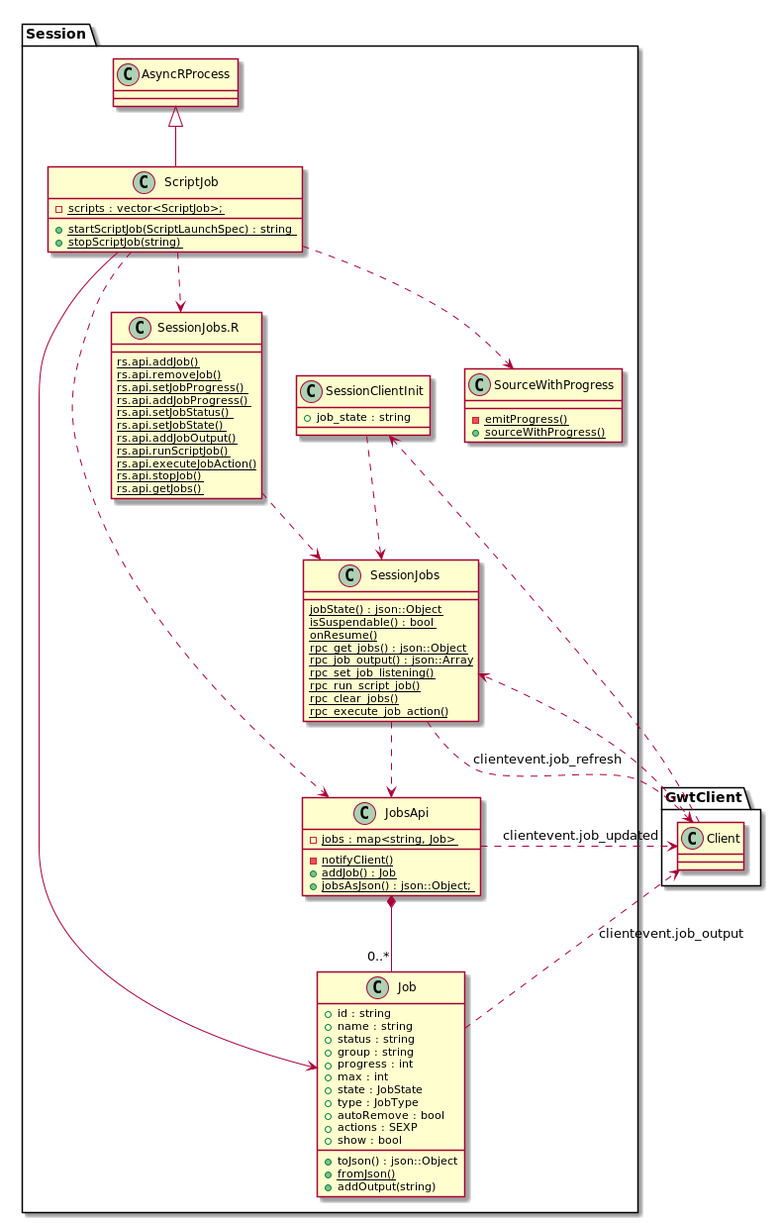
The PlantUML diagram session_classes.png in gtritchie/uml, before a commit.
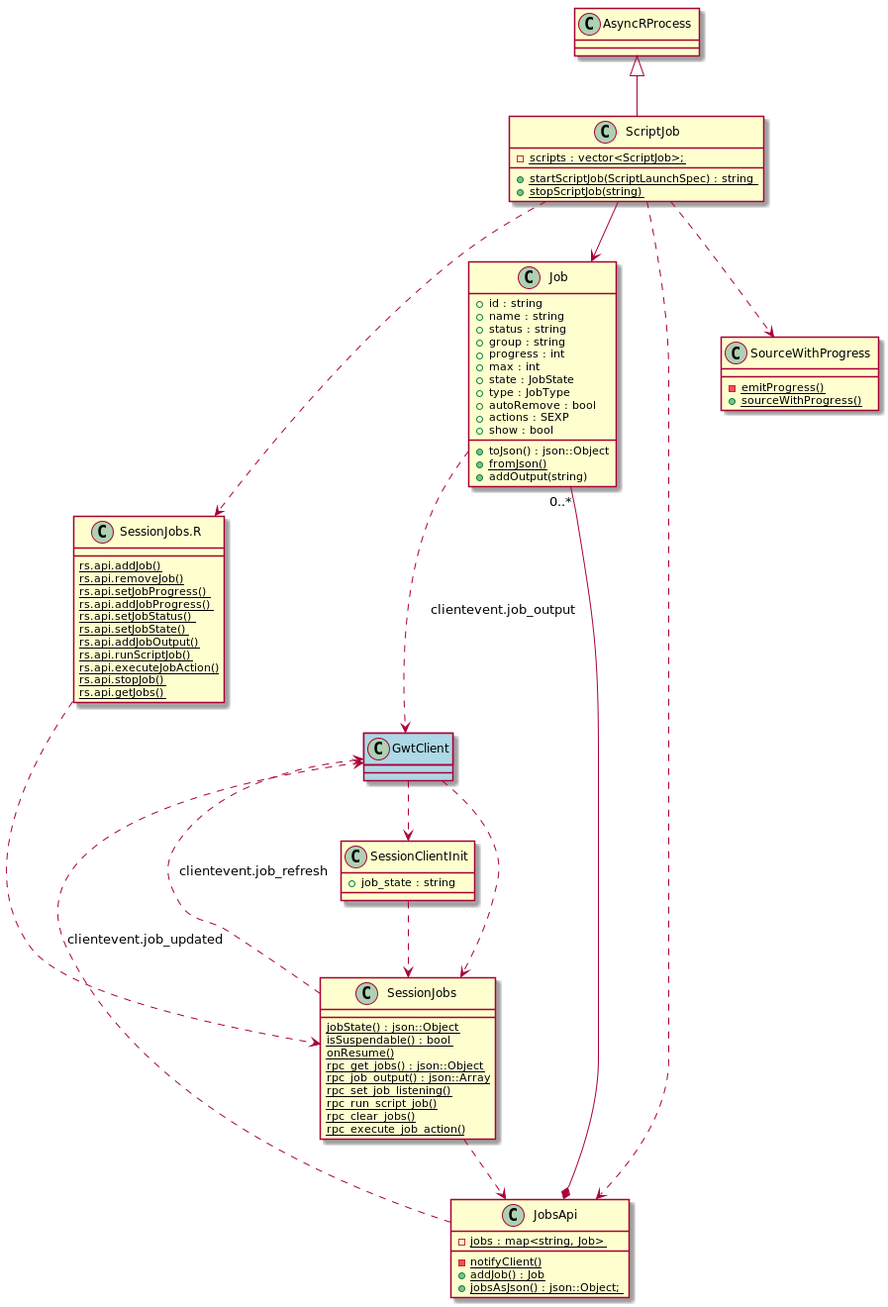
Later version of the same file.

Diff of the diagram source:
```diff
@@ -1,80 +1,75 @@
 @startuml
 
-package Session {
-    class Job {
-        +id : string
-        +name : string
-        +status : string
-        +group : string
-        +progress : int
-        +max : int
-        +state : JobState
-        +type : JobType
-        +autoRemove : bool
-        +actions : SEXP
-        +show : bool
-        +toJson() : json::Object
-        {static} +fromJson()
-        +addOutput(string)
-    }
-
-    class JobsApi {
-        {static} -jobs : map<string, Job>
-        {static} -notifyClient()
-        {static} +addJob() : Job
-        {static} +jobsAsJson() : json::Object;
-    }
-
-    class ScriptJob {
-        {static} -scripts : vector<ScriptJob>;
-        {static} +startScriptJob(ScriptLaunchSpec) : string
-        {static} +stopScriptJob(string)
-    }
-
-    class AsyncRProcess {
-
-    }
-
-    class SessionJobs {
-        {static} jobState() : json::Object
-        {static} isSuspendable() : bool
-        {static} onResume()
-        {static} rpc_get_jobs() : json::Object
-        {static} rpc_job_output() : json::Array
-        {static} rpc_set_job_listening()
-        {static} rpc_run_script_job()
-        {static} rpc_clear_jobs()
-        {static} rpc_execute_job_action()
-
-    }
-
-    class SessionJobs.R {
-        {static} rs.api.addJob()
-        {static} rs.api.removeJob()
-        {static} rs.api.setJobProgress()
-        {static} rs.api.addJobProgress()
-        {static} rs.api.setJobStatus()
-        {static} rs.api.setJobState()
-        {static} rs.api.addJobOutput()
-        {static} rs.api.runScriptJob()
-        {static} rs.api.executeJobAction()
-        {static} rs.api.stopJob()
-        {static} rs.api.getJobs()
-    }
-
-    class SourceWithProgress {
-        {static} -emitProgress()
-        {static} +sourceWithProgress()
-    }
-
-    class SessionClientInit {
-        +job_state : string
-    }
+class Job {
+    +id : string
+    +name : string
+    +status : string
+    +group : string
+    +progress : int
+    +max : int
+    +state : JobState
+    +type : JobType
+    +autoRemove : bool
+    +actions : SEXP
+    +show : bool
+    +toJson() : json::Object
+    {static} +fromJson()
+    +addOutput(string)
 }
 
-package GwtClient {
-    class Client {
-    }
+class JobsApi {
+    {static} -jobs : map<string, Job>
+    {static} -notifyClient()
+    {static} +addJob() : Job
+    {static} +jobsAsJson() : json::Object;
+}
+
+class ScriptJob {
+    {static} -scripts : vector<ScriptJob>;
+    {static} +startScriptJob(ScriptLaunchSpec) : string
+    {static} +stopScriptJob(string)
+}
+
+class AsyncRProcess {
+
+}
+
+class SessionJobs {
+    {static} jobState() : json::Object
+    {static} isSuspendable() : bool
+    {static} onResume()
+    {static} rpc_get_jobs() : json::Object
+    {static} rpc_job_output() : json::Array
+    {static} rpc_set_job_listening()
+    {static} rpc_run_script_job()
+    {static} rpc_clear_jobs()
+    {static} rpc_execute_job_action()
+}
+
+class SessionJobs.R {
+    {static} rs.api.addJob()
+    {static} rs.api.removeJob()
+    {static} rs.api.setJobProgress()
+    {static} rs.api.addJobProgress()
+    {static} rs.api.setJobStatus()
+    {static} rs.api.setJobState()
+    {static} rs.api.addJobOutput()
+    {static} rs.api.runScriptJob()
+    {static} rs.api.executeJobAction()
+    {static} rs.api.stopJob()
+    {static} rs.api.getJobs()
+}
+
+class SourceWithProgress {
+    {static} -emitProgress()
+    {static} +sourceWithProgress()
+}
+
+class SessionClientInit {
+    +job_state : string
+}
+
+class GwtClient #lightblue {
 }
 
 AsyncRProcess <|-- ScriptJob
@@ -83,12 +78,12 @@
 ScriptJob ..> SessionJobs.R
 JobsApi *-- "0..*" Job
 SessionJobs ..> JobsApi
-SessionJobs ..> Client : clientevent.job_refresh
+SessionJobs ..> GwtClient : clientevent.job_refresh
 SessionClientInit ..> SessionJobs
-JobsApi ..> Client : clientevent.job_updated
-Client ..> SessionJobs
-Client ..> SessionClientInit
-Job ..> Client : clientevent.job_output
+JobsApi ..> GwtClient : clientevent.job_updated
+GwtClient ..> SessionJobs
+GwtClient ..> SessionClientInit
+Job ..> GwtClient : clientevent.job_output
 SessionJobs.R ..> SessionJobs
 ScriptJob ..> SourceWithProgress
 
```
